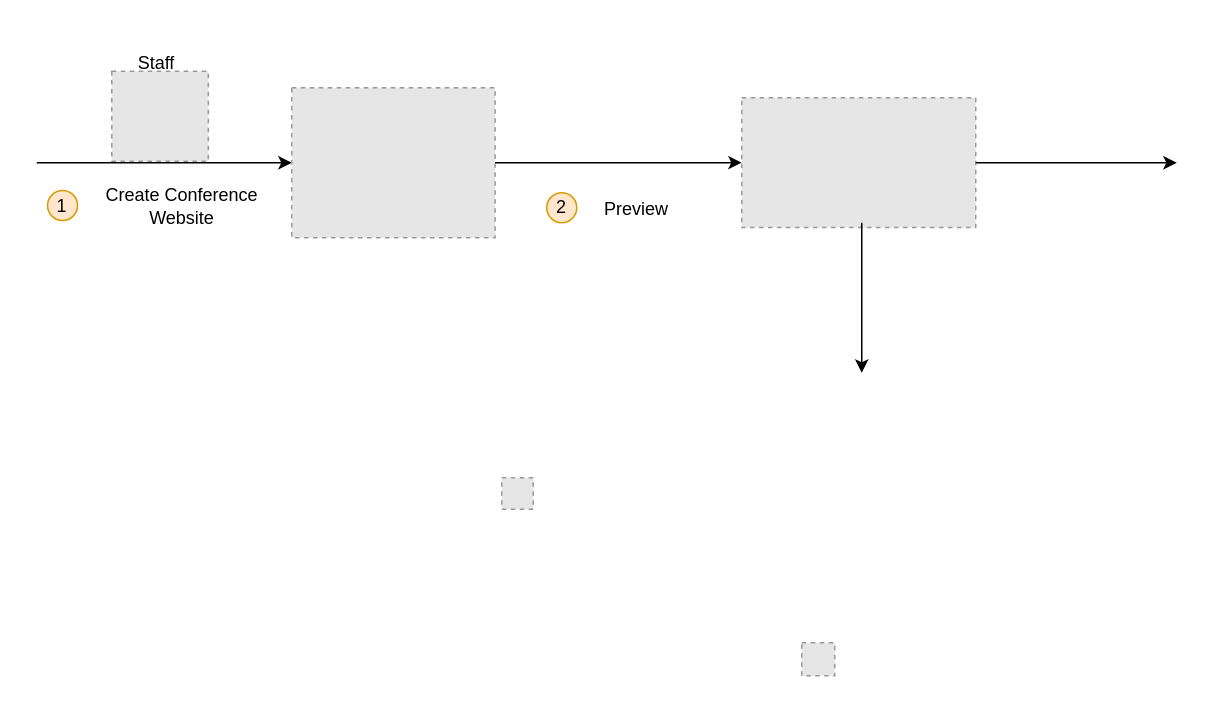
Before: website_creation.drawio in ThuongHoang456189/prepare-23-05-2023-files, a draw.io diagram. Source tidied: cells renumbered, new cells numbered last; positions are measured from the earlier drawing's top-left corner, leaving out a move shared by most shapes. Both pictures are drawn from the tidied source at 150%, with x=0, y=0 at pixel (36, 26). Pictures stored in the file or linked from it are replaced by grey dashed boxes.
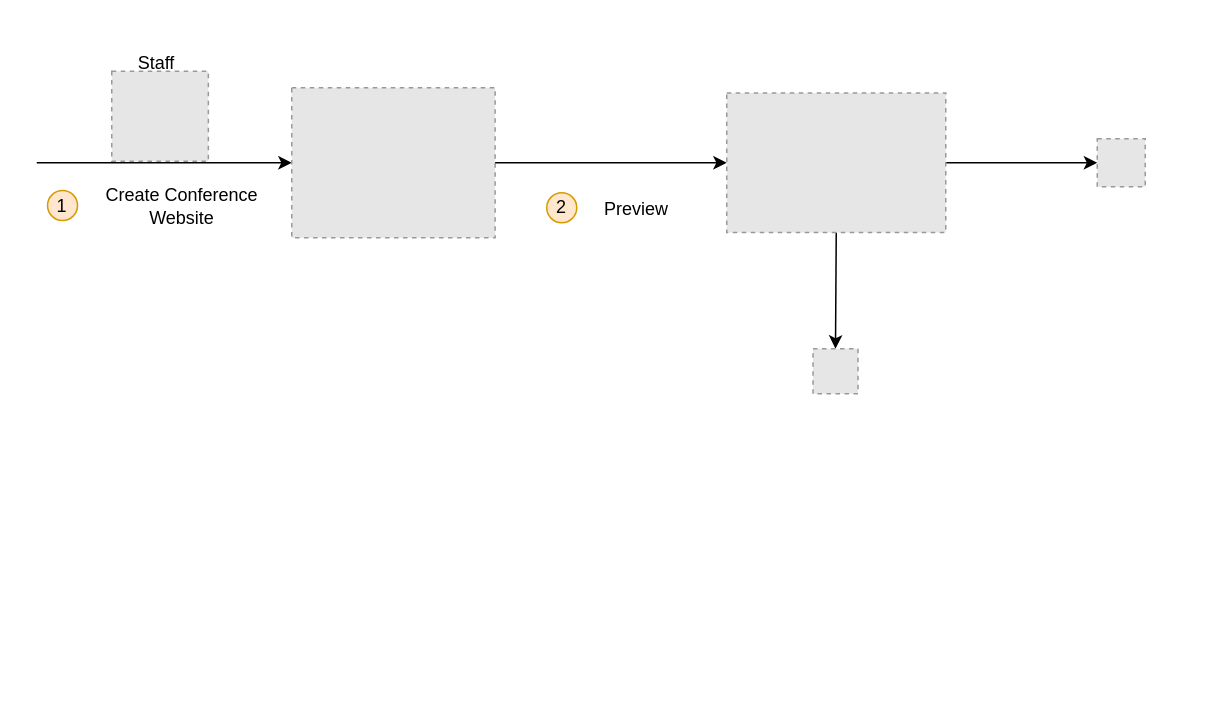
Above is the later version.

Commit message:
Cập nhật website_creation.drawio

The change refers to these unchanged cells:
```xml
<mxCell id="10" style="fillColor=#E6E6E6;strokeColor=#999999;dashed=1;verticalLabelPosition=bottom;verticalAlign=top;" parent="1" vertex="1">
  <mxGeometry x="170" y="41" width="135.6" height="100" as="geometry" />
</mxCell>
```

What changed in the source:
```diff
@@
-    <mxCell id="11" style="endArrow=classic;html=1;rounded=0;exitX=1;exitY=0.5;exitDx=0;exitDy=0;entryX=0;entryY=0.5;entryDx=0;entryDy=0;" parent="1" edge="1" source="10" target="15">
+    <mxCell id="11" style="endArrow=classic;html=1;rounded=0;exitX=1;exitY=0.5;exitDx=0;exitDy=0;entryX=0;entryY=0.5;entryDx=0;entryDy=0;" parent="1" edge="1" source="10" target="20">
       <mxGeometry relative="1" as="geometry" />
     </mxCell>
@@
-    <mxCell id="15" style="fillColor=#E6E6E6;strokeColor=#999999;dashed=1;verticalLabelPosition=bottom;verticalAlign=top;" parent="1" vertex="1">
-      <mxGeometry x="470" y="47.7" width="156" height="86.5" as="geometry" />
-    </mxCell>
-    <mxCell id="16" style="endArrow=classic;html=1;rounded=0;" parent="1" edge="1">
-      <mxGeometry relative="1" as="geometry">
-        <mxPoint x="550" y="131" as="sourcePoint" />
-        <mxPoint x="550" y="231" as="targetPoint" />
-      </mxGeometry>
+    <mxCell id="16" style="endArrow=classic;html=1;rounded=0;entryX=0.5;entryY=0;entryDx=0;entryDy=0;exitX=0.5;exitY=1;exitDx=0;exitDy=0;" parent="1" edge="1" source="20" target="19">
+      <mxGeometry relative="1" as="geometry" />
     </mxCell>
-    <mxCell id="17" style="endArrow=classic;html=1;rounded=0;exitX=1;exitY=0.5;exitDx=0;exitDy=0;" parent="1" edge="1" source="15">
-      <mxGeometry relative="1" as="geometry">
-        <mxPoint x="760" y="91" as="targetPoint" />
-      </mxGeometry>
+    <mxCell id="17" style="endArrow=classic;html=1;rounded=0;exitX=1;exitY=0.5;exitDx=0;exitDy=0;entryX=0;entryY=0.5;entryDx=0;entryDy=0;" parent="1" edge="1" source="20" target="18">
+      <mxGeometry relative="1" as="geometry" />
     </mxCell>
     <mxCell id="18" style="fillColor=#E6E6E6;strokeColor=#999999;dashed=1;verticalLabelPosition=bottom;labelBackgroundColor=default;verticalAlign=top;" parent="1" vertex="1">
-      <mxGeometry x="510" y="411" width="22" height="22" as="geometry" />
+      <mxGeometry x="707" y="75" width="32" height="32" as="geometry" />
     </mxCell>
     <mxCell id="19" style="fillColor=#E6E6E6;strokeColor=#999999;dashed=1;verticalLabelPosition=bottom;labelBackgroundColor=default;verticalAlign=top;" parent="1" vertex="1">
-      <mxGeometry x="310" y="301" width="21" height="21" as="geometry" />
+      <mxGeometry x="517.5" y="215" width="30" height="30" as="geometry" />
     </mxCell>
+    <mxCell id="20" style="fillColor=#E6E6E6;strokeColor=#999999;dashed=1;verticalLabelPosition=bottom;labelBackgroundColor=default;verticalAlign=top;" parent="1" vertex="1">
+      <mxGeometry x="460" y="44.5" width="146" height="93" as="geometry" />
+    </mxCell>
```
